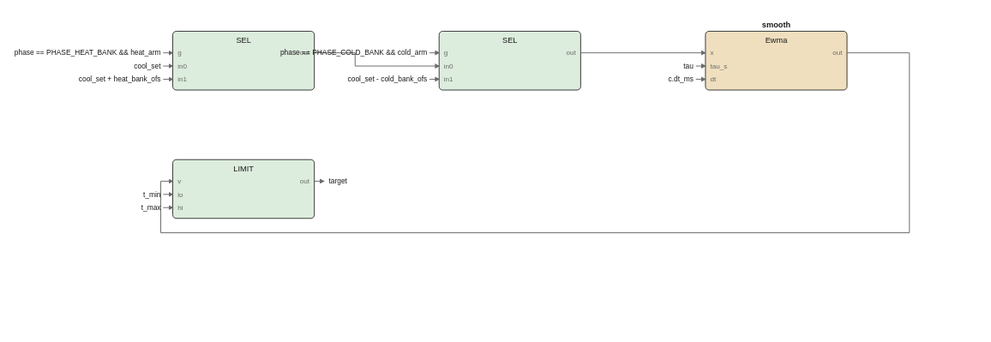
Earlier version of the draw.io export images/logic/target_temp_fbd.drawio.svg (pstch/botanik2). Source tidied: cells renumbered, new cells last; positions are measured from the earlier drawing's top-left corner, leaving out a move shared by most shapes.
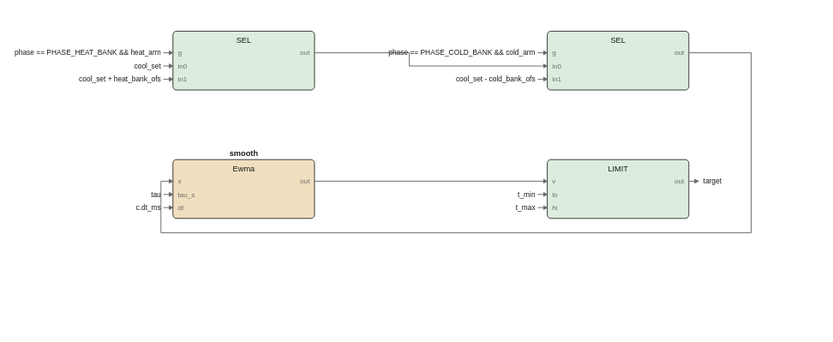
The same diagram one commit later.

Diff of the diagram source:
```diff
@@ -21,179 +21,179 @@
       <mxGeometry x="124" y="24.2" width="40" height="9.8" as="geometry" />
     </mxCell>
     <mxCell id="8" style="rounded=1;fillColor=#dcecdd;strokeColor=#1a1a1a;whiteSpace=wrap;html=1;fontSize=8;" parent="1" vertex="1">
-      <mxGeometry x="232" y="10" width="118" height="49" as="geometry" />
+      <mxGeometry x="322" y="10" width="118" height="49" as="geometry" />
     </mxCell>
     <mxCell id="9" value="SEL" style="text;html=1;fontSize=6;fontColor=#1a1a1a;align=center;" parent="1" vertex="1">
-      <mxGeometry x="291" y="13.4" width="40" height="10.6" as="geometry" />
+      <mxGeometry x="381" y="13.4" width="40" height="10.6" as="geometry" />
     </mxCell>
     <mxCell id="10" value="g" style="text;html=1;fontSize=5;fontColor=#6b6b6b;align=left;" parent="1" vertex="1">
-      <mxGeometry x="236" y="24.2" width="40" height="9.8" as="geometry" />
+      <mxGeometry x="326" y="24.2" width="40" height="9.8" as="geometry" />
     </mxCell>
     <mxCell id="11" value="in0" style="text;html=1;fontSize=5;fontColor=#6b6b6b;align=left;" parent="1" vertex="1">
-      <mxGeometry x="236" y="35.2" width="40" height="9.8" as="geometry" />
+      <mxGeometry x="326" y="35.2" width="40" height="9.8" as="geometry" />
     </mxCell>
     <mxCell id="12" value="in1" style="text;html=1;fontSize=5;fontColor=#6b6b6b;align=left;" parent="1" vertex="1">
-      <mxGeometry x="236" y="46.2" width="40" height="9.8" as="geometry" />
+      <mxGeometry x="326" y="46.2" width="40" height="9.8" as="geometry" />
     </mxCell>
     <mxCell id="13" value="out" style="text;html=1;fontSize=5;fontColor=#6b6b6b;align=left;" parent="1" vertex="1">
-      <mxGeometry x="346" y="24.2" width="40" height="9.8" as="geometry" />
+      <mxGeometry x="436" y="24.2" width="40" height="9.8" as="geometry" />
     </mxCell>
     <mxCell id="14" style="rounded=1;fillColor=#f0dfbe;strokeColor=#1a1a1a;whiteSpace=wrap;html=1;fontSize=8;" parent="1" vertex="1">
-      <mxGeometry x="454" y="10" width="118" height="49" as="geometry" />
+      <mxGeometry x="10" y="117" width="118" height="49" as="geometry" />
     </mxCell>
     <mxCell id="15" value="smooth" style="text;html=1;fontSize=6;fontColor=#1a1a1a;align=center;fontStyle=1;" parent="1" vertex="1">
-      <mxGeometry x="513" y="0.4" width="40" height="10.6" as="geometry" />
+      <mxGeometry x="69" y="107.4" width="40" height="10.6" as="geometry" />
     </mxCell>
     <mxCell id="16" value="Ewma" style="text;html=1;fontSize=6;fontColor=#1a1a1a;align=center;" parent="1" vertex="1">
-      <mxGeometry x="513" y="13.4" width="40" height="10.6" as="geometry" />
+      <mxGeometry x="69" y="120.4" width="40" height="10.6" as="geometry" />
     </mxCell>
     <mxCell id="17" value="x" style="text;html=1;fontSize=5;fontColor=#6b6b6b;align=left;" parent="1" vertex="1">
-      <mxGeometry x="458" y="24.2" width="40" height="9.8" as="geometry" />
+      <mxGeometry x="14" y="131.2" width="40" height="9.8" as="geometry" />
     </mxCell>
     <mxCell id="18" value="tau_s" style="text;html=1;fontSize=5;fontColor=#6b6b6b;align=left;" parent="1" vertex="1">
-      <mxGeometry x="458" y="35.2" width="40" height="9.8" as="geometry" />
+      <mxGeometry x="14" y="142.2" width="40" height="9.8" as="geometry" />
     </mxCell>
     <mxCell id="19" value="dt" style="text;html=1;fontSize=5;fontColor=#6b6b6b;align=left;" parent="1" vertex="1">
-      <mxGeometry x="458" y="46.2" width="40" height="9.8" as="geometry" />
+      <mxGeometry x="14" y="153.2" width="40" height="9.8" as="geometry" />
     </mxCell>
     <mxCell id="20" value="out" style="text;html=1;fontSize=5;fontColor=#6b6b6b;align=left;" parent="1" vertex="1">
-      <mxGeometry x="568" y="24.2" width="40" height="9.8" as="geometry" />
+      <mxGeometry x="124" y="131.2" width="40" height="9.8" as="geometry" />
     </mxCell>
     <mxCell id="21" style="rounded=1;fillColor=#dcecdd;strokeColor=#1a1a1a;whiteSpace=wrap;html=1;fontSize=8;" parent="1" vertex="1">
-      <mxGeometry x="10" y="117" width="118" height="49" as="geometry" />
+      <mxGeometry x="322" y="117" width="118" height="49" as="geometry" />
     </mxCell>
     <mxCell id="22" value="LIMIT" style="text;html=1;fontSize=6;fontColor=#1a1a1a;align=center;" parent="1" vertex="1">
-      <mxGeometry x="69" y="120.4" width="40" height="10.6" as="geometry" />
+      <mxGeometry x="381" y="120.4" width="40" height="10.6" as="geometry" />
     </mxCell>
     <mxCell id="23" value="v" style="text;html=1;fontSize=5;fontColor=#6b6b6b;align=left;" parent="1" vertex="1">
-      <mxGeometry x="14" y="131.2" width="40" height="9.8" as="geometry" />
+      <mxGeometry x="326" y="131.2" width="40" height="9.8" as="geometry" />
     </mxCell>
     <mxCell id="24" value="lo" style="text;html=1;fontSize=5;fontColor=#6b6b6b;align=left;" parent="1" vertex="1">
-      <mxGeometry x="14" y="142.2" width="40" height="9.8" as="geometry" />
+      <mxGeometry x="326" y="142.2" width="40" height="9.8" as="geometry" />
     </mxCell>
     <mxCell id="25" value="hi" style="text;html=1;fontSize=5;fontColor=#6b6b6b;align=left;" parent="1" vertex="1">
-      <mxGeometry x="14" y="153.2" width="40" height="9.8" as="geometry" />
+      <mxGeometry x="326" y="153.2" width="40" height="9.8" as="geometry" />
     </mxCell>
     <mxCell id="26" value="out" style="text;html=1;fontSize=5;fontColor=#6b6b6b;align=left;" parent="1" vertex="1">
-      <mxGeometry x="124" y="131.2" width="40" height="9.8" as="geometry" />
+      <mxGeometry x="436" y="131.2" width="40" height="9.8" as="geometry" />
     </mxCell>
     <mxCell id="27" style="edgeStyle=none;html=1;strokeColor=#6b6b6b;endArrow=block;" parent="1" edge="1">
       <mxGeometry relative="1" as="geometry">
-        <mxPoint x="128" y="28" as="sourcePoint" />
-        <mxPoint x="232" y="39" as="targetPoint" />
-        <Array as="points">
-          <mxPoint x="162" y="28" />
-          <mxPoint x="162" y="39" />
-        </Array>
+        <mxPoint x="440" y="135" as="sourcePoint" />
+        <mxPoint x="448" y="135" as="targetPoint" />
       </mxGeometry>
     </mxCell>
-    <mxCell id="28" style="edgeStyle=none;html=1;strokeColor=#6b6b6b;endArrow=block;" parent="1" edge="1">
-      <mxGeometry relative="1" as="geometry">
-        <mxPoint x="350" y="28" as="sourcePoint" />
-        <mxPoint x="454" y="28" as="targetPoint" />
-      </mxGeometry>
-    </mxCell>
+    <mxCell id="49" value="target" style="text;html=1;fontSize=6;fontColor=#1a1a1a;align=left;" parent="1" vertex="1">
+      <mxGeometry x="452" y="131" width="40" height="10" as="geometry" />
+    </mxCell>
     <mxCell id="29" style="edgeStyle=none;html=1;strokeColor=#6b6b6b;endArrow=block;" parent="1" edge="1">
       <mxGeometry relative="1" as="geometry">
-        <mxPoint x="572" y="28" as="sourcePoint" />
-        <mxPoint x="10" y="135" as="targetPoint" />
+        <mxPoint x="128" y="28" as="sourcePoint" />
+        <mxPoint x="322" y="39" as="targetPoint" />
         <Array as="points">
-          <mxPoint x="624" y="28" />
-          <mxPoint x="624" y="178" />
-          <mxPoint y="178" />
-          <mxPoint y="135" />
+          <mxPoint x="207" y="28" />
+          <mxPoint x="207" y="39" />
         </Array>
       </mxGeometry>
     </mxCell>
-    <mxCell id="30" value="phase == PHASE_HEAT_BANK &amp;&amp; heat_arm" style="text;html=1;fontSize=6;fontColor=#1a1a1a;align=left;" parent="1" vertex="1">
-      <mxGeometry y="24" width="180" height="10" as="geometry" />
-    </mxCell>
+    <mxCell id="50" style="edgeStyle=none;html=1;strokeColor=#6b6b6b;endArrow=block;" parent="1" edge="1">
+      <mxGeometry relative="1" as="geometry">
+        <mxPoint x="440" y="28" as="sourcePoint" />
+        <mxPoint x="10" y="135" as="targetPoint" />
+        <Array as="points">
+          <mxPoint x="492" y="28" />
+          <mxPoint x="492" y="178" />
+          <mxPoint y="178" />
+          <mxPoint y="135" />
+        </Array>
+      </mxGeometry>
+    </mxCell>
     <mxCell id="31" style="edgeStyle=none;html=1;strokeColor=#6b6b6b;endArrow=block;" parent="1" edge="1">
       <mxGeometry relative="1" as="geometry">
-        <mxPoint x="2" y="28" as="sourcePoint" />
-        <mxPoint x="10" y="28" as="targetPoint" />
+        <mxPoint x="128" y="135" as="sourcePoint" />
+        <mxPoint x="322" y="135" as="targetPoint" />
       </mxGeometry>
     </mxCell>
-    <mxCell id="32" value="cool_set" style="text;html=1;fontSize=6;fontColor=#1a1a1a;align=left;" parent="1" vertex="1">
-      <mxGeometry y="35" width="40" height="10" as="geometry" />
+    <mxCell id="32" value="phase == PHASE_HEAT_BANK &amp;&amp; heat_arm" style="text;html=1;fontSize=6;fontColor=#1a1a1a;align=left;" parent="1" vertex="1">
+      <mxGeometry y="24" width="180" height="10" as="geometry" />
     </mxCell>
     <mxCell id="33" style="edgeStyle=none;html=1;strokeColor=#6b6b6b;endArrow=block;" parent="1" edge="1">
       <mxGeometry relative="1" as="geometry">
-        <mxPoint x="2" y="39" as="sourcePoint" />
-        <mxPoint x="10" y="39" as="targetPoint" />
+        <mxPoint x="2" y="28" as="sourcePoint" />
+        <mxPoint x="10" y="28" as="targetPoint" />
       </mxGeometry>
     </mxCell>
-    <mxCell id="34" value="cool_set + heat_bank_ofs" style="text;html=1;fontSize=6;fontColor=#1a1a1a;align=left;" parent="1" vertex="1">
-      <mxGeometry y="46" width="120" height="10" as="geometry" />
+    <mxCell id="34" value="cool_set" style="text;html=1;fontSize=6;fontColor=#1a1a1a;align=left;" parent="1" vertex="1">
+      <mxGeometry y="35" width="40" height="10" as="geometry" />
     </mxCell>
     <mxCell id="35" style="edgeStyle=none;html=1;strokeColor=#6b6b6b;endArrow=block;" parent="1" edge="1">
       <mxGeometry relative="1" as="geometry">
-        <mxPoint x="2" y="50" as="sourcePoint" />
-        <mxPoint x="10" y="50" as="targetPoint" />
+        <mxPoint x="2" y="39" as="sourcePoint" />
+        <mxPoint x="10" y="39" as="targetPoint" />
       </mxGeometry>
     </mxCell>
-    <mxCell id="36" value="phase == PHASE_COLD_BANK &amp;&amp; cold_arm" style="text;html=1;fontSize=6;fontColor=#1a1a1a;align=left;" parent="1" vertex="1">
-      <mxGeometry x="222" y="24" width="180" height="10" as="geometry" />
+    <mxCell id="36" value="cool_set + heat_bank_ofs" style="text;html=1;fontSize=6;fontColor=#1a1a1a;align=left;" parent="1" vertex="1">
+      <mxGeometry y="46" width="120" height="10" as="geometry" />
     </mxCell>
     <mxCell id="37" style="edgeStyle=none;html=1;strokeColor=#6b6b6b;endArrow=block;" parent="1" edge="1">
       <mxGeometry relative="1" as="geometry">
-        <mxPoint x="224" y="28" as="sourcePoint" />
-        <mxPoint x="232" y="28" as="targetPoint" />
+        <mxPoint x="2" y="50" as="sourcePoint" />
+        <mxPoint x="10" y="50" as="targetPoint" />
       </mxGeometry>
     </mxCell>
-    <mxCell id="38" value="cool_set - cold_bank_ofs" style="text;html=1;fontSize=6;fontColor=#1a1a1a;align=left;" parent="1" vertex="1">
-      <mxGeometry x="222" y="46" width="120" height="10" as="geometry" />
+    <mxCell id="38" value="phase == PHASE_COLD_BANK &amp;&amp; cold_arm" style="text;html=1;fontSize=6;fontColor=#1a1a1a;align=left;" parent="1" vertex="1">
+      <mxGeometry x="312" y="24" width="180" height="10" as="geometry" />
     </mxCell>
     <mxCell id="39" style="edgeStyle=none;html=1;strokeColor=#6b6b6b;endArrow=block;" parent="1" edge="1">
       <mxGeometry relative="1" as="geometry">
-        <mxPoint x="224" y="50" as="sourcePoint" />
-        <mxPoint x="232" y="50" as="targetPoint" />
+        <mxPoint x="314" y="28" as="sourcePoint" />
+        <mxPoint x="322" y="28" as="targetPoint" />
       </mxGeometry>
     </mxCell>
-    <mxCell id="40" value="tau" style="text;html=1;fontSize=6;fontColor=#1a1a1a;align=left;" parent="1" vertex="1">
-      <mxGeometry x="444" y="35" width="40" height="10" as="geometry" />
+    <mxCell id="40" value="cool_set - cold_bank_ofs" style="text;html=1;fontSize=6;fontColor=#1a1a1a;align=left;" parent="1" vertex="1">
+      <mxGeometry x="312" y="46" width="120" height="10" as="geometry" />
     </mxCell>
     <mxCell id="41" style="edgeStyle=none;html=1;strokeColor=#6b6b6b;endArrow=block;" parent="1" edge="1">
       <mxGeometry relative="1" as="geometry">
-        <mxPoint x="446" y="39" as="sourcePoint" />
-        <mxPoint x="454" y="39" as="targetPoint" />
+        <mxPoint x="314" y="50" as="sourcePoint" />
+        <mxPoint x="322" y="50" as="targetPoint" />
       </mxGeometry>
     </mxCell>
-    <mxCell id="42" value="c.dt_ms" style="text;html=1;fontSize=6;fontColor=#1a1a1a;align=left;" parent="1" vertex="1">
-      <mxGeometry x="444" y="46" width="40" height="10" as="geometry" />
+    <mxCell id="42" value="tau" style="text;html=1;fontSize=6;fontColor=#1a1a1a;align=left;" parent="1" vertex="1">
+      <mxGeometry y="142" width="40" height="10" as="geometry" />
     </mxCell>
     <mxCell id="43" style="edgeStyle=none;html=1;strokeColor=#6b6b6b;endArrow=block;" parent="1" edge="1">
       <mxGeometry relative="1" as="geometry">
-        <mxPoint x="446" y="50" as="sourcePoint" />
-        <mxPoint x="454" y="50" as="targetPoint" />
+        <mxPoint x="2" y="146" as="sourcePoint" />
+        <mxPoint x="10" y="146" as="targetPoint" />
       </mxGeometry>
     </mxCell>
-    <mxCell id="44" value="t_min" style="text;html=1;fontSize=6;fontColor=#1a1a1a;align=left;" parent="1" vertex="1">
-      <mxGeometry y="142" width="40" height="10" as="geometry" />
+    <mxCell id="44" value="c.dt_ms" style="text;html=1;fontSize=6;fontColor=#1a1a1a;align=left;" parent="1" vertex="1">
+      <mxGeometry y="153" width="40" height="10" as="geometry" />
     </mxCell>
     <mxCell id="45" style="edgeStyle=none;html=1;strokeColor=#6b6b6b;endArrow=block;" parent="1" edge="1">
       <mxGeometry relative="1" as="geometry">
-        <mxPoint x="2" y="146" as="sourcePoint" />
-        <mxPoint x="10" y="146" as="targetPoint" />
+        <mxPoint x="2" y="157" as="sourcePoint" />
+        <mxPoint x="10" y="157" as="targetPoint" />
       </mxGeometry>
     </mxCell>
-    <mxCell id="46" value="t_max" style="text;html=1;fontSize=6;fontColor=#1a1a1a;align=left;" parent="1" vertex="1">
-      <mxGeometry y="153" width="40" height="10" as="geometry" />
+    <mxCell id="46" value="t_min" style="text;html=1;fontSize=6;fontColor=#1a1a1a;align=left;" parent="1" vertex="1">
+      <mxGeometry x="312" y="142" width="40" height="10" as="geometry" />
     </mxCell>
     <mxCell id="47" style="edgeStyle=none;html=1;strokeColor=#6b6b6b;endArrow=block;" parent="1" edge="1">
       <mxGeometry relative="1" as="geometry">
-        <mxPoint x="2" y="157" as="sourcePoint" />
-        <mxPoint x="10" y="157" as="targetPoint" />
+        <mxPoint x="314" y="146" as="sourcePoint" />
+        <mxPoint x="322" y="146" as="targetPoint" />
       </mxGeometry>
     </mxCell>
-    <mxCell id="48" style="edgeStyle=none;html=1;strokeColor=#6b6b6b;endArrow=block;" parent="1" edge="1">
-      <mxGeometry relative="1" as="geometry">
-        <mxPoint x="128" y="135" as="sourcePoint" />
-        <mxPoint x="136" y="135" as="targetPoint" />
-      </mxGeometry>
-    </mxCell>
-    <mxCell id="49" value="target" style="text;html=1;fontSize=6;fontColor=#1a1a1a;align=left;" parent="1" vertex="1">
-      <mxGeometry x="140" y="131" width="40" height="10" as="geometry" />
-    </mxCell>
+    <mxCell id="51" value="t_max" style="text;html=1;fontSize=6;fontColor=#1a1a1a;align=left;" parent="1" vertex="1">
+      <mxGeometry x="312" y="153" width="40" height="10" as="geometry" />
+    </mxCell>
+    <mxCell id="52" style="edgeStyle=none;html=1;strokeColor=#6b6b6b;endArrow=block;" parent="1" edge="1">
+      <mxGeometry relative="1" as="geometry">
+        <mxPoint x="314" y="157" as="sourcePoint" />
+        <mxPoint x="322" y="157" as="targetPoint" />
+      </mxGeometry>
+    </mxCell>
   </root>
 </mxGraphModel>
```
